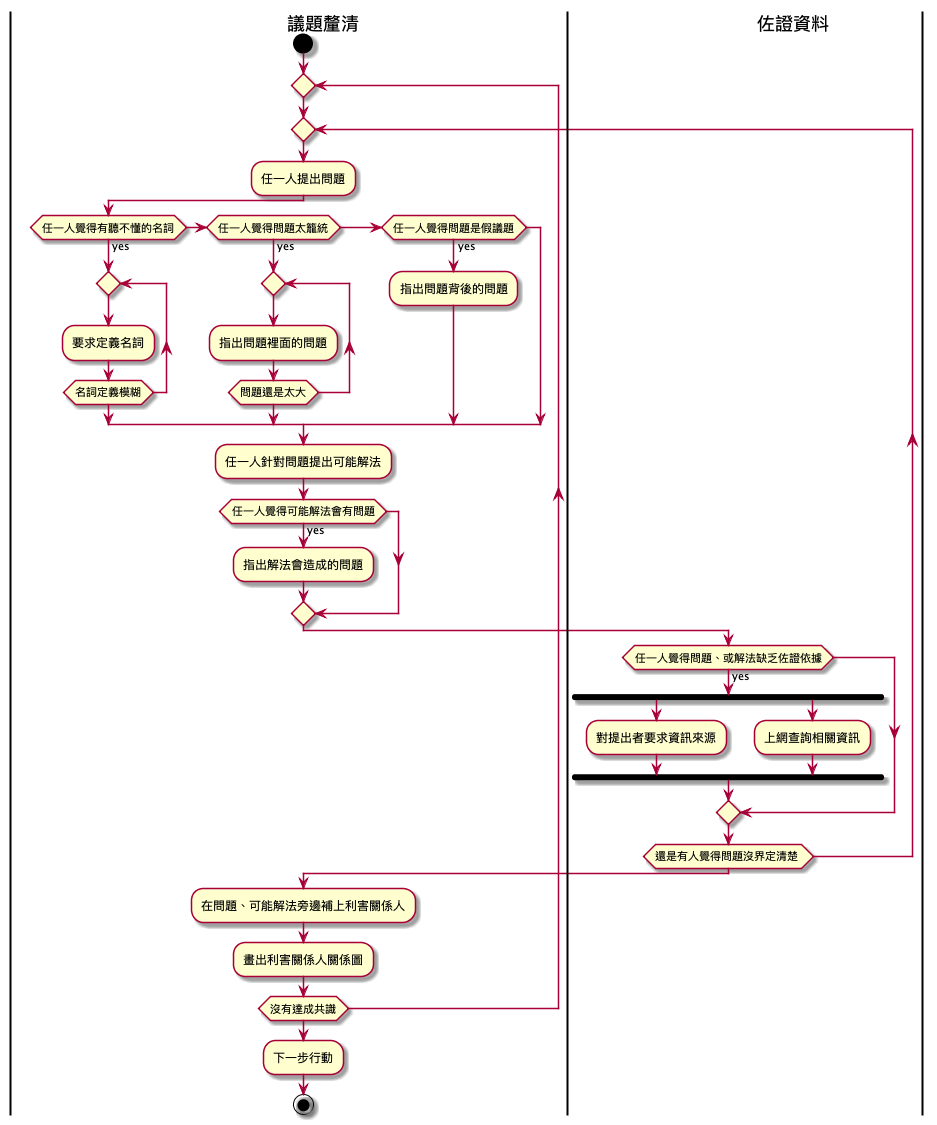
Above: report2/problem_idenity_flow.png in SenseTW/ArrTMDReport (PlantUML), before the change. Source of this version:
```plantuml
@startuml
 |議題釐清|
 start
 repeat
    repeat
    :任一人提出問題;
    if (任一人覺得有聽不懂的名詞) then (yes)
       repeat
       :要求定義名詞;
       repeat while (名詞定義模糊)
    else if (任一人覺得問題太籠統) then (yes)
        repeat
        :指出問題裡面的問題;
        repeat while (問題還是太大)
    elseif (任一人覺得問題是假議題) then (yes)
        :指出問題背後的問題;
    endif
    :任一人針對問題提出可能解法;
    if (任一人覺得可能解法會有問題) then (yes)
        :指出解法會造成的問題;
    endif
|佐證資料|
    if (任一人覺得問題、或解法缺乏佐證依據) then (yes)
        fork
            :對提出者要求資訊來源;
        fork again
            :上網查詢相關資訊;
        end fork
    endif
 |議題釐清|
    repeat while (還是有人覺得問題沒界定清楚 )
 :在問題、可能解法旁邊補上利害關係人;
 :畫出利害關係人關係圖;
 repeat while (沒有達成共識)
 :下一步行動;
 stop
@enduml
```
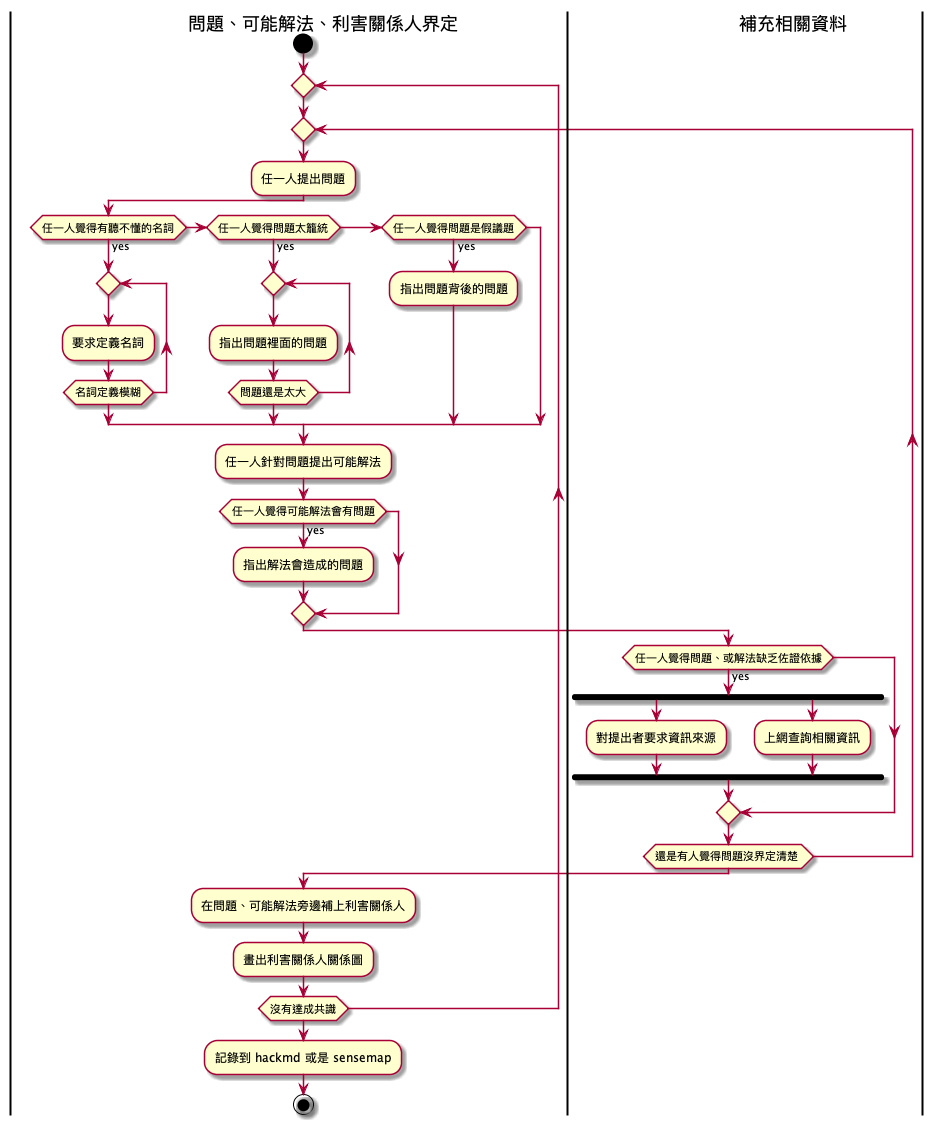
Later version of the same file.

What changed in the source:
```diff
@@ -1,5 +1,5 @@
 @startuml
- |議題釐清|
+ |問題、可能解法、利害關係人界定|
  start
  repeat
     repeat
@@ -19,7 +19,7 @@
     if (任一人覺得可能解法會有問題) then (yes)
         :指出解法會造成的問題;
     endif
-|佐證資料|
+|補充相關資料|
     if (任一人覺得問題、或解法缺乏佐證依據) then (yes)
         fork
             :對提出者要求資訊來源;
@@ -27,11 +27,11 @@
             :上網查詢相關資訊;
         end fork
     endif
- |議題釐清|
+ |問題、可能解法、利害關係人界定|
     repeat while (還是有人覺得問題沒界定清楚 )
  :在問題、可能解法旁邊補上利害關係人;
  :畫出利害關係人關係圖;
  repeat while (沒有達成共識)
- :下一步行動;
+ :記錄到 hackmd 或是 sensemap;
  stop
 @enduml
```
